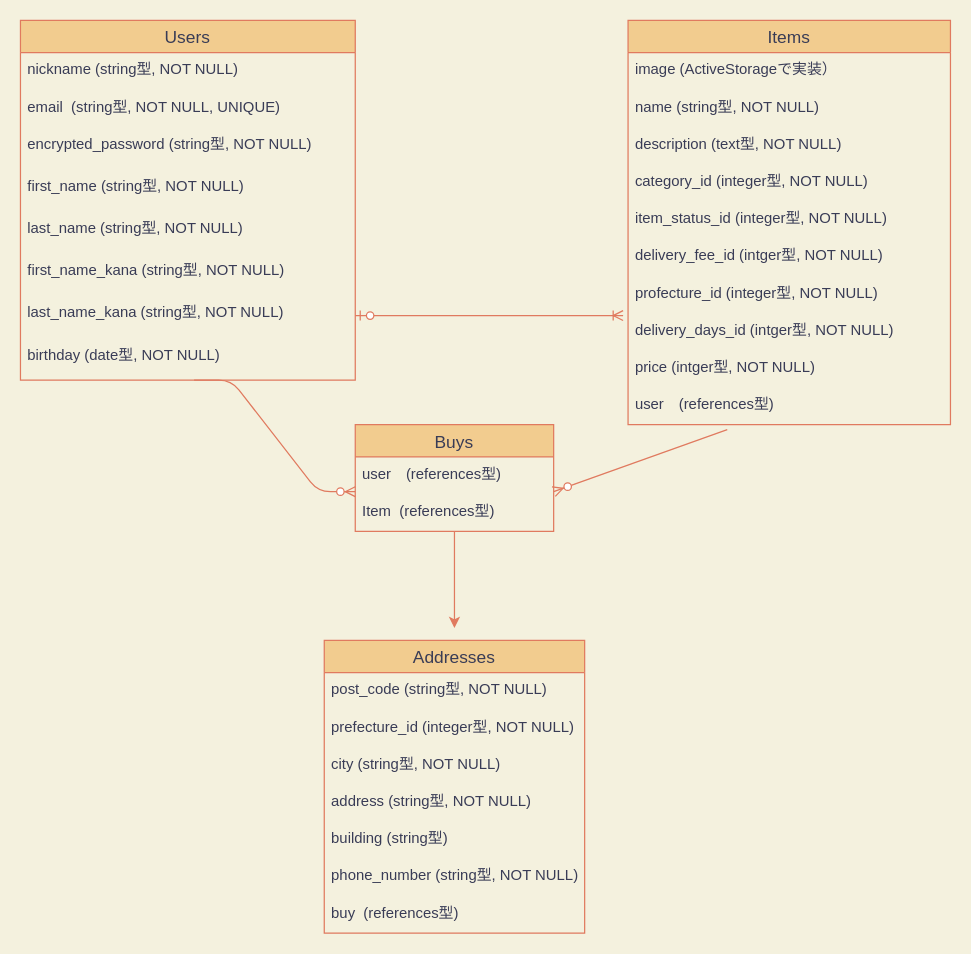
kaotyann/furima-35508 keeps this draw.io diagram as test.dio. Above is the earlier version. Source tidied: cells renumbered, new cells numbered last; positions are measured from the earlier drawing's top-left corner, leaving out a move shared by most shapes. Both pictures are drawn from the tidied source at 124%, with x=0, y=0 at pixel (20, 20).
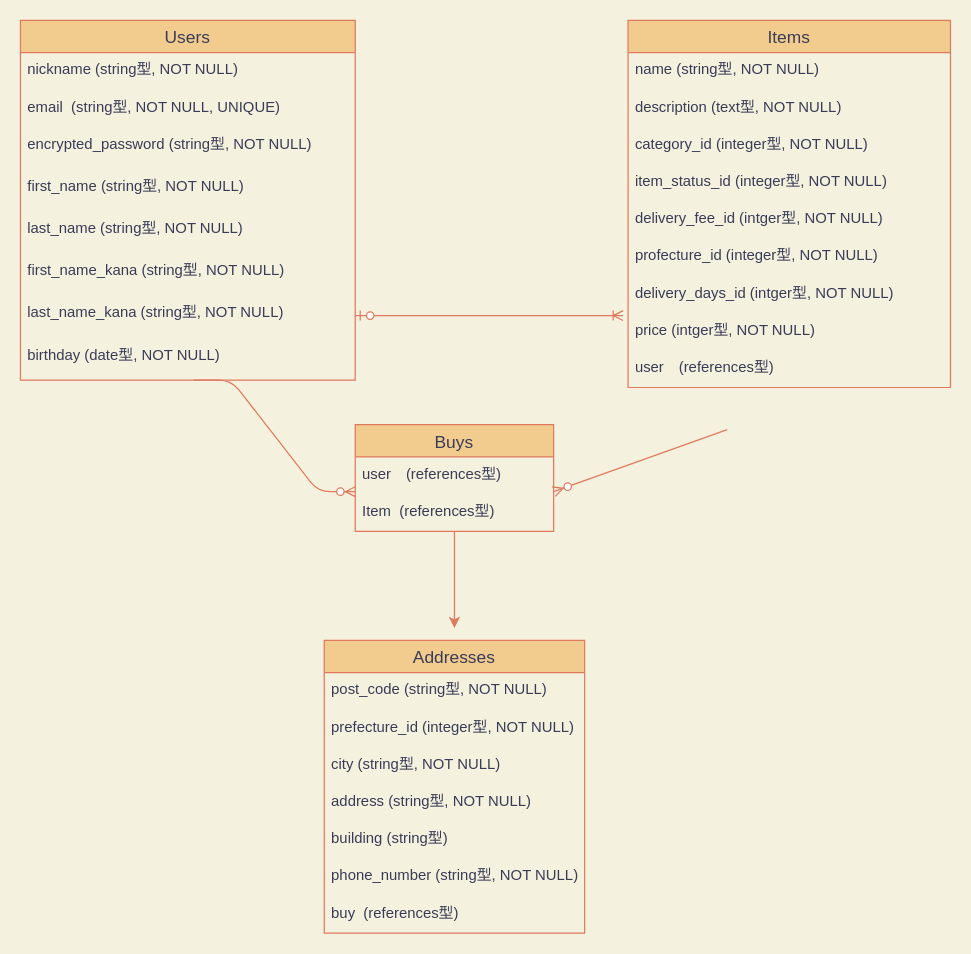
The same page after the edit.

The edit, as a diff of the source:
```diff
@@
     <mxCell id="24" value="Items" style="swimlane;fontStyle=0;horizontal=1;startSize=26;align=center;fontSize=14;fillColor=#F2CC8F;strokeColor=#E07A5F;fontColor=#393C56;" parent="1" vertex="1">
-      <mxGeometry x="490" width="260" height="326" as="geometry" />
+      <mxGeometry x="490" width="260" height="296" as="geometry" />
     </mxCell>
-    <mxCell id="25" value="image (ActiveStorageで実装）" style="text;strokeColor=none;fillColor=none;spacingLeft=4;spacingRight=4;overflow=hidden;fontSize=12;fontColor=#393C56;" parent="24" vertex="1">
-      <mxGeometry y="26" width="260" height="30" as="geometry" />
-    </mxCell>
     <mxCell id="26" value="name (string型, NOT NULL)" style="text;strokeColor=none;fillColor=none;spacingLeft=4;spacingRight=4;overflow=hidden;fontSize=12;fontColor=#393C56;" parent="24" vertex="1">
-      <mxGeometry y="56" width="260" height="30" as="geometry" />
+      <mxGeometry y="26" width="260" height="30" as="geometry" />
     </mxCell>
     <mxCell id="27" value="description (text型, NOT NULL)" style="text;strokeColor=none;fillColor=none;spacingLeft=4;spacingRight=4;overflow=hidden;fontSize=12;fontColor=#393C56;" parent="24" vertex="1">
-      <mxGeometry y="86" width="260" height="30" as="geometry" />
+      <mxGeometry y="56" width="260" height="30" as="geometry" />
     </mxCell>
     <mxCell id="28" value="category_id (integer型, NOT NULL)" style="text;strokeColor=none;fillColor=none;spacingLeft=4;spacingRight=4;overflow=hidden;fontSize=12;fontColor=#393C56;" parent="24" vertex="1">
-      <mxGeometry y="116" width="260" height="30" as="geometry" />
+      <mxGeometry y="86" width="260" height="30" as="geometry" />
     </mxCell>
     <mxCell id="29" value="item_status_id (integer型, NOT NULL)" style="text;strokeColor=none;fillColor=none;spacingLeft=4;spacingRight=4;overflow=hidden;fontSize=12;fontColor=#393C56;" parent="24" vertex="1">
-      <mxGeometry y="146" width="260" height="30" as="geometry" />
+      <mxGeometry y="116" width="260" height="30" as="geometry" />
     </mxCell>
     <mxCell id="30" value="delivery_fee_id (intger型, NOT NULL)" style="text;strokeColor=none;fillColor=none;spacingLeft=4;spacingRight=4;overflow=hidden;fontSize=12;fontColor=#393C56;" parent="24" vertex="1">
-      <mxGeometry y="176" width="260" height="30" as="geometry" />
+      <mxGeometry y="146" width="260" height="30" as="geometry" />
     </mxCell>
     <mxCell id="31" value="profecture_id (integer型, NOT NULL)" style="text;strokeColor=none;fillColor=none;spacingLeft=4;spacingRight=4;overflow=hidden;fontSize=12;fontColor=#393C56;" parent="24" vertex="1">
-      <mxGeometry y="206" width="260" height="30" as="geometry" />
+      <mxGeometry y="176" width="260" height="30" as="geometry" />
     </mxCell>
     <mxCell id="32" value="delivery_days_id (intger型, NOT NULL)" style="text;strokeColor=none;fillColor=none;spacingLeft=4;spacingRight=4;overflow=hidden;fontSize=12;fontColor=#393C56;" parent="24" vertex="1">
-      <mxGeometry y="236" width="260" height="30" as="geometry" />
+      <mxGeometry y="206" width="260" height="30" as="geometry" />
     </mxCell>
     <mxCell id="33" value="price (intger型, NOT NULL)" style="text;strokeColor=none;fillColor=none;spacingLeft=4;spacingRight=4;overflow=hidden;fontSize=12;fontColor=#393C56;" parent="24" vertex="1">
-      <mxGeometry y="266" width="260" height="30" as="geometry" />
+      <mxGeometry y="236" width="260" height="30" as="geometry" />
     </mxCell>
     <mxCell id="34" value="user　(references型)" style="text;strokeColor=none;fillColor=none;spacingLeft=4;spacingRight=4;overflow=hidden;fontSize=12;fontColor=#393C56;" parent="24" vertex="1">
-      <mxGeometry y="296" width="260" height="30" as="geometry" />
+      <mxGeometry y="266" width="260" height="30" as="geometry" />
     </mxCell>
```
